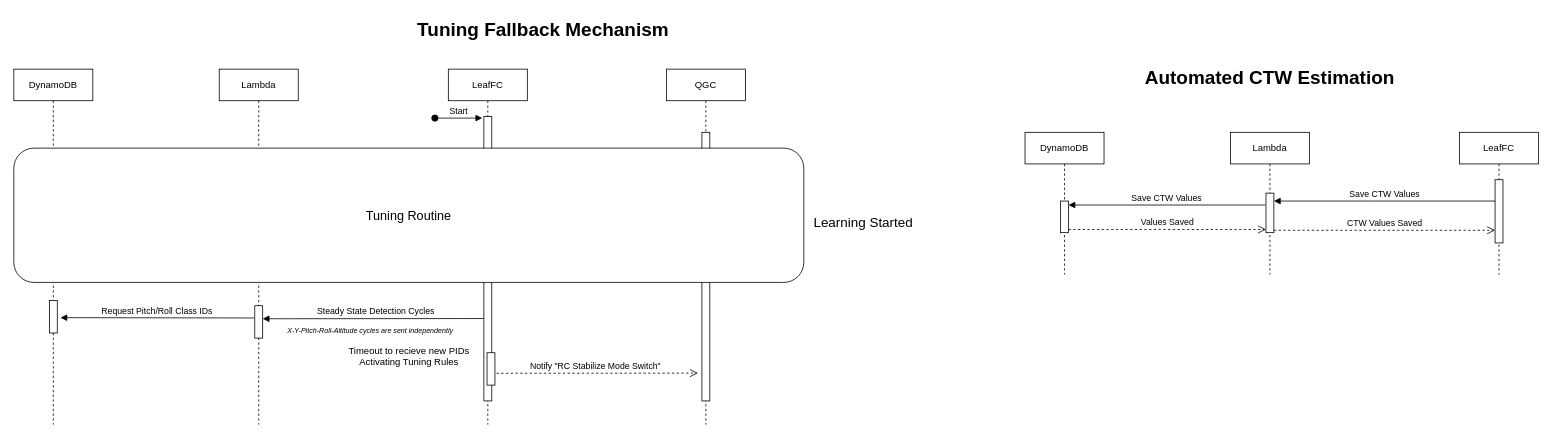
Before: Guide/HEAR Software/Flight Modes/Modes Sequence Diagrams/Common.drawio in DroneLeaf/HEAR_wiki, a draw.io diagram. Source tidied: cells renumbered, new cells numbered last; positions are measured from the earlier drawing's top-left corner, leaving out a move shared by most shapes. Both pictures are drawn from the tidied source at 79%, with x=0, y=0 at pixel (-35, 13).
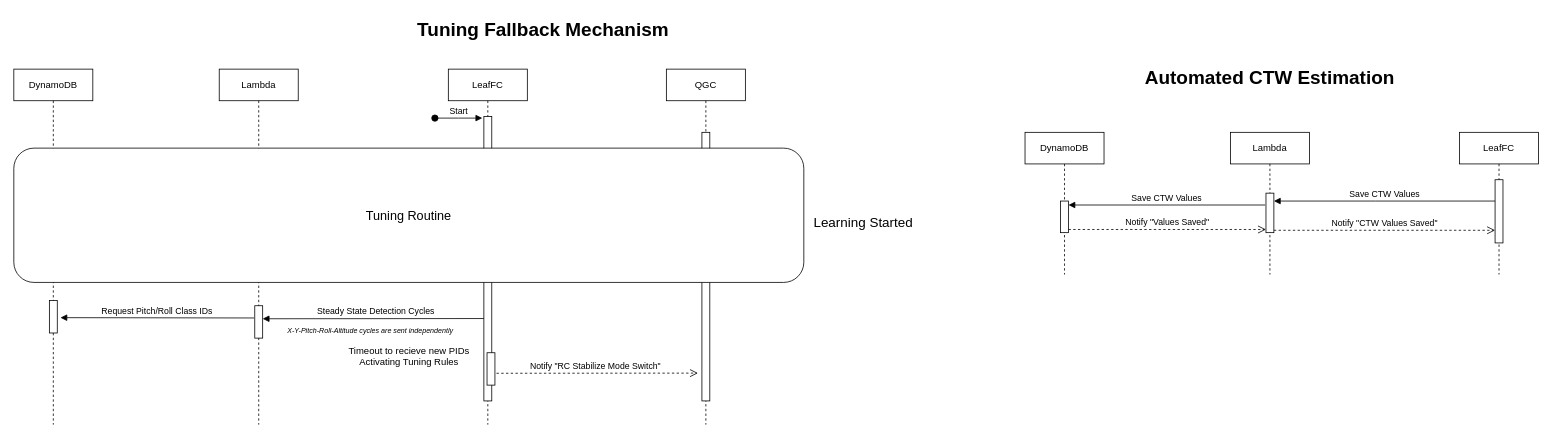
The same page after the edit.

Commit message:
changed naming in automated CTW estimation

Diff of the diagram source:
```diff
@@
-    <mxCell id="27" value="Values Saved" style="html=1;verticalAlign=bottom;endArrow=open;dashed=1;endSize=8;edgeStyle=elbowEdgeStyle;elbow=vertical;curved=0;rounded=0;" parent="1" edge="1">
+    <mxCell id="27" value="Notify &quot;Values Saved&quot;" style="html=1;verticalAlign=bottom;endArrow=open;dashed=1;endSize=8;edgeStyle=elbowEdgeStyle;elbow=vertical;curved=0;rounded=0;" parent="1" edge="1">
       <mxGeometry relative="1" as="geometry">
         <mxPoint x="1396" y="273" as="sourcePoint" />
         <mxPoint x="1646" y="273" as="targetPoint" />
         <Array as="points">
           <mxPoint x="1479" y="273" />
         </Array>
       </mxGeometry>
     </mxCell>
-    <mxCell id="28" value="CTW Values Saved" style="html=1;verticalAlign=bottom;endArrow=open;dashed=1;endSize=8;edgeStyle=elbowEdgeStyle;elbow=vertical;curved=0;rounded=0;" parent="1" edge="1">
+    <mxCell id="28" value="Notify &quot;CTW Values Saved&quot;" style="html=1;verticalAlign=bottom;endArrow=open;dashed=1;endSize=8;edgeStyle=elbowEdgeStyle;elbow=vertical;curved=0;rounded=0;" parent="1" edge="1">
       <mxGeometry relative="1" as="geometry">
         <mxPoint x="1656" y="274" as="sourcePoint" />
         <mxPoint x="1936" y="274" as="targetPoint" />
         <Array as="points">
           <mxPoint x="1739" y="274" />
         </Array>
       </mxGeometry>
     </mxCell>
```
